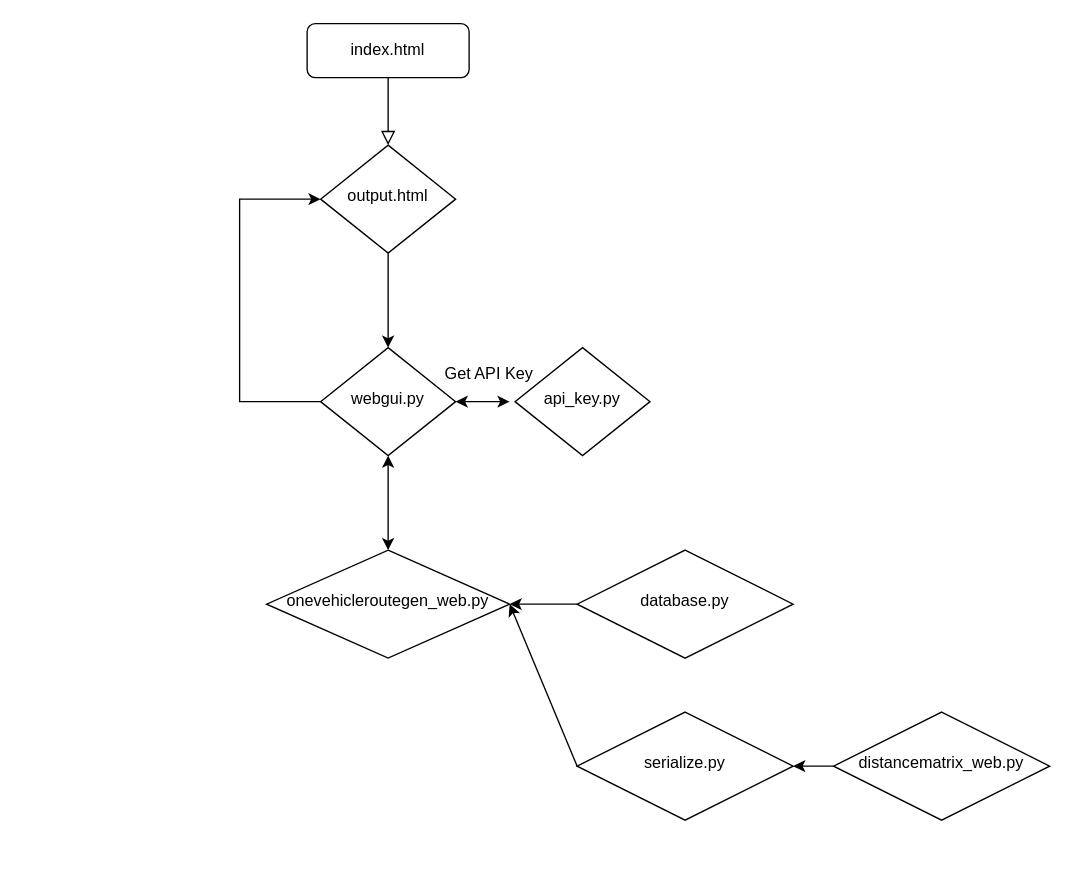
This is Untitled Diagram.drawio from autorouting/autorouting.github.io, a draw.io file, before an edit. Source tidied: cells renumbered, new cells numbered last; positions are measured from the earlier drawing's top-left corner, leaving out a move shared by most shapes. Both pictures are drawn from the tidied source at 135%, with x=0, y=0 at pixel (239, 23).
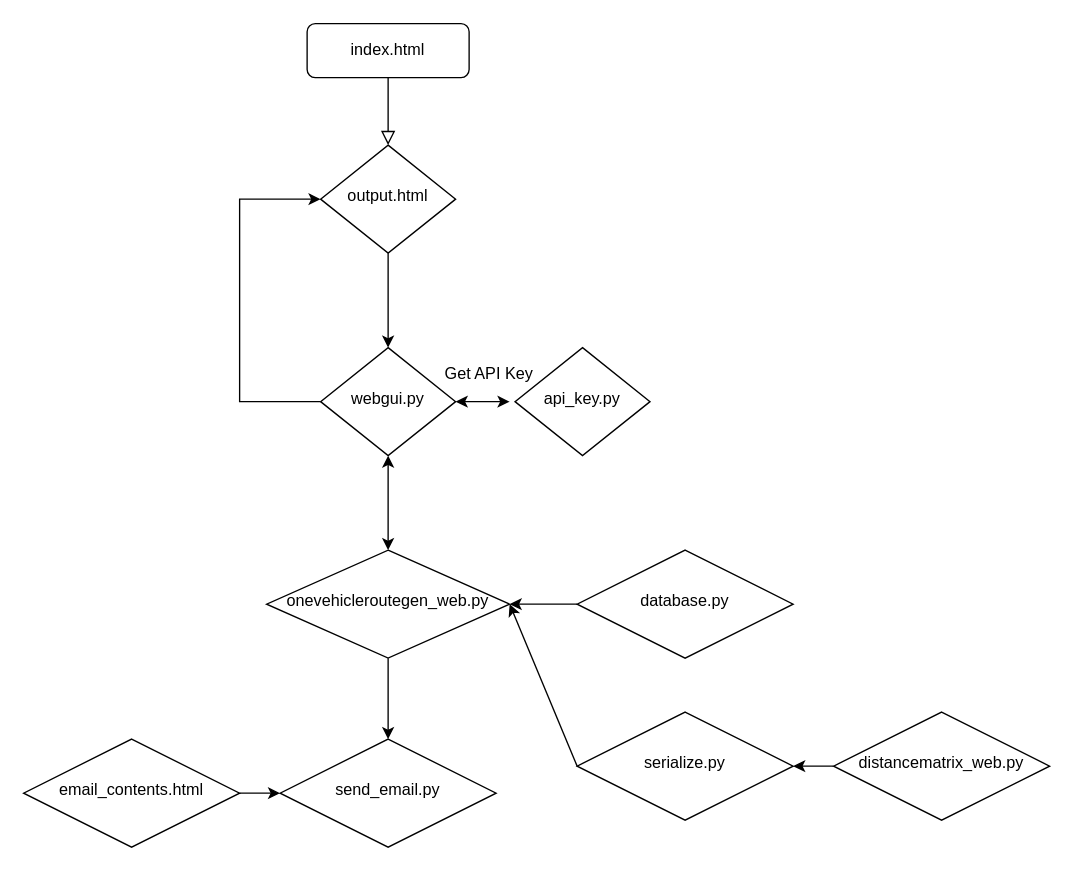
The same page after the edit.

Unchanged cells that the change refers to:
```xml
<mxCell id="11" value="onevehicleroutegen_web.py" style="rhombus;whiteSpace=wrap;html=1;shadow=0;fontFamily=Helvetica;fontSize=12;align=center;strokeWidth=1;spacing=6;spacingTop=-4;" parent="1" vertex="1">
  <mxGeometry x="20" y="390" width="180" height="80" as="geometry" />
</mxCell>
```

Change to the diagram source:
```diff
@@
+    <mxCell id="19" style="endArrow=classic;html=1;exitX=0.5;exitY=1;exitDx=0;exitDy=0;" parent="1" edge="1" source="11">
+      <mxGeometry relative="1" as="geometry">
+        <mxPoint x="110" y="530" as="targetPoint" />
+      </mxGeometry>
+    </mxCell>
+    <mxCell id="20" value="send_email.py&lt;br&gt;" style="rhombus;whiteSpace=wrap;html=1;shadow=0;fontFamily=Helvetica;fontSize=12;align=center;strokeWidth=1;spacing=6;spacingTop=-4;" parent="1" vertex="1">
+      <mxGeometry x="30" y="530" width="160" height="80" as="geometry" />
+    </mxCell>
+    <mxCell id="21" value="email_contents.html" style="rhombus;whiteSpace=wrap;html=1;shadow=0;fontFamily=Helvetica;fontSize=12;align=center;strokeWidth=1;spacing=6;spacingTop=-4;" parent="1" vertex="1">
+      <mxGeometry x="-160" y="530" width="160" height="80" as="geometry" />
+    </mxCell>
+    <mxCell id="22" style="endArrow=classic;html=1;exitX=1;exitY=0.5;exitDx=0;exitDy=0;entryX=0;entryY=0.5;entryDx=0;entryDy=0;" parent="1" edge="1" source="21" target="20">
+      <mxGeometry relative="1" as="geometry" />
+    </mxCell>
```
